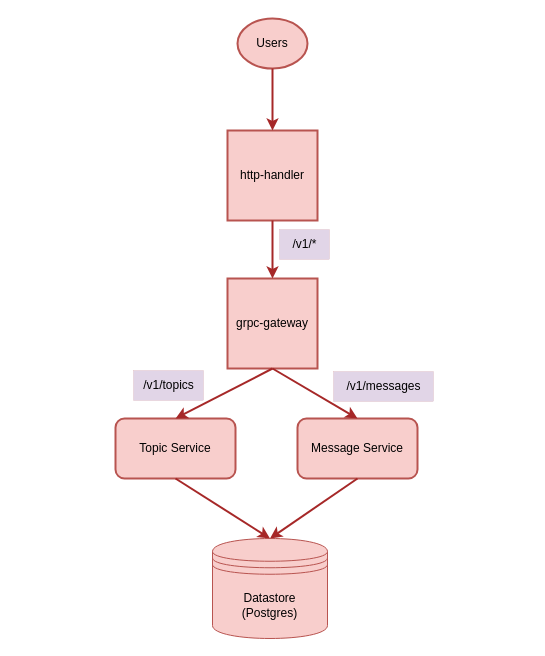
Above: public/static/images/Untitled Diagram.drawio in panyam/blog (draw.io), before the change. Source tidied: cells renumbered, new cells numbered last; positions are measured from the earlier drawing's top-left corner, leaving out a move shared by most shapes. Both pictures are drawn from the tidied source at 100%, with x=0, y=0 at pixel (115, 18).
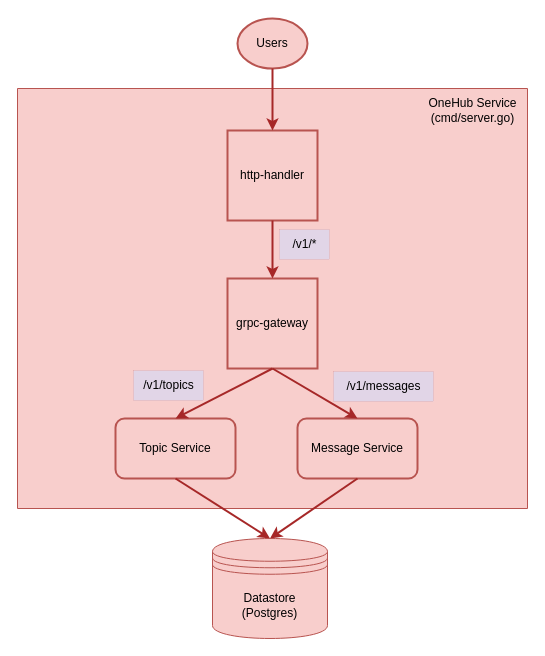
After the change.

What changed in the source:
```diff
@@
 <mxGraphModel>
   <root>
     <mxCell id="0" />
     <mxCell id="1" parent="0" />
+    <mxCell id="17" style="verticalLabelPosition=bottom;verticalAlign=top;html=1;shape=mxgraph.basic.rect;fillColor2=none;strokeWidth=1;size=20;indent=5;fillColor=#f8cecc;strokeColor=#b85450;" parent="1" vertex="1">
+      <mxGeometry x="-98" y="70" width="510" height="420" as="geometry" />
+    </mxCell>
     <mxCell id="2" value="http-handler" style="whiteSpace=wrap;html=1;fillColor=#f8cecc;strokeColor=#b85450;strokeWidth=2;" parent="1" vertex="1">
       <mxGeometry x="112" y="112" width="90" height="90" as="geometry" />
     </mxCell>
     <mxCell id="3" value="Users" style="ellipse;whiteSpace=wrap;html=1;strokeWidth=2;fillColor=#f8cecc;strokeColor=#b85450;" parent="1" vertex="1">
       <mxGeometry x="122" width="70" height="50" as="geometry" />
     </mxCell>
     <mxCell id="4" value="grpc-gateway" style="whiteSpace=wrap;html=1;fillColor=#f8cecc;strokeColor=#b85450;strokeWidth=2;" parent="1" vertex="1">
       <mxGeometry x="112" y="260" width="90" height="90" as="geometry" />
     </mxCell>
     <mxCell id="5" style="endArrow=classic;html=1;rounded=0;exitX=0.5;exitY=1;exitDx=0;exitDy=0;entryX=0.5;entryY=0;entryDx=0;entryDy=0;strokeColor=#A62828;strokeWidth=2;fillColor=#e1d5e7;" parent="1" edge="1" source="2" target="4">
       <mxGeometry relative="1" as="geometry" />
     </mxCell>
     <mxCell id="6" value="Topic Service" style="rounded=1;whiteSpace=wrap;html=1;fillColor=#f8cecc;strokeColor=#b85450;strokeWidth=2;" parent="1" vertex="1">
       <mxGeometry y="400" width="120" height="60" as="geometry" />
     </mxCell>
     <mxCell id="7" value="Message Service" style="rounded=1;whiteSpace=wrap;html=1;fillColor=#f8cecc;strokeColor=#b85450;strokeWidth=2;" parent="1" vertex="1">
       <mxGeometry x="182" y="400" width="120" height="60" as="geometry" />
     </mxCell>
     <mxCell id="8" style="endArrow=classic;html=1;rounded=0;exitX=0.5;exitY=1;exitDx=0;exitDy=0;entryX=0.5;entryY=0;entryDx=0;entryDy=0;strokeColor=#A62828;strokeWidth=2;fillColor=#e1d5e7;" parent="1" edge="1" source="4" target="6">
       <mxGeometry relative="1" as="geometry" />
     </mxCell>
     <mxCell id="9" style="endArrow=classic;html=1;rounded=0;exitX=0.5;exitY=1;exitDx=0;exitDy=0;entryX=0.5;entryY=0;entryDx=0;entryDy=0;strokeColor=#A62828;strokeWidth=2;fillColor=#e1d5e7;" parent="1" edge="1" source="4" target="7">
       <mxGeometry relative="1" as="geometry" />
     </mxCell>
     <mxCell id="10" style="endArrow=classic;html=1;rounded=0;exitX=0.5;exitY=1;exitDx=0;exitDy=0;strokeColor=#A62828;strokeWidth=2;fillColor=#e1d5e7;entryX=0.5;entryY=0;entryDx=0;entryDy=0;" parent="1" edge="1" source="7" target="16">
       <mxGeometry relative="1" as="geometry" />
     </mxCell>
     <mxCell id="11" style="endArrow=classic;html=1;rounded=0;exitX=0.5;exitY=1;exitDx=0;exitDy=0;strokeColor=#A62828;strokeWidth=2;fillColor=#e1d5e7;entryX=0.5;entryY=0;entryDx=0;entryDy=0;" parent="1" edge="1" source="6" target="16">
       <mxGeometry relative="1" as="geometry" />
     </mxCell>
     <mxCell id="12" value="/v1/topics" style="text;html=1;align=center;verticalAlign=middle;strokeColor=#A62828;fillColor=#e1d5e7;strokeWidth=0;" parent="1" vertex="1">
       <mxGeometry x="18" y="352" width="70" height="30" as="geometry" />
     </mxCell>
     <mxCell id="13" value="/v1/messages" style="text;html=1;align=center;verticalAlign=middle;strokeColor=#A62828;fillColor=#e1d5e7;strokeWidth=0;" parent="1" vertex="1">
       <mxGeometry x="218" y="353" width="100" height="30" as="geometry" />
     </mxCell>
     <mxCell id="14" value="/v1/*" style="text;html=1;align=center;verticalAlign=middle;strokeColor=#A62828;fillColor=#e1d5e7;strokeWidth=0;" parent="1" vertex="1">
       <mxGeometry x="164" y="211" width="50" height="30" as="geometry" />
     </mxCell>
     <mxCell id="15" style="endArrow=classic;html=1;rounded=0;exitX=0.5;exitY=1;exitDx=0;exitDy=0;entryX=0.5;entryY=0;entryDx=0;entryDy=0;strokeColor=#A62828;strokeWidth=2;fillColor=#e1d5e7;" parent="1" edge="1" source="3" target="2">
       <mxGeometry relative="1" as="geometry" />
     </mxCell>
     <mxCell id="16" value="Datastore&lt;br&gt;(Postgres)" style="shape=datastore;whiteSpace=wrap;html=1;fillColor=#f8cecc;strokeColor=#b85450;" parent="1" vertex="1">
       <mxGeometry x="97" y="520" width="115" height="100" as="geometry" />
     </mxCell>
+    <mxCell id="18" value="OneHub Service&lt;br&gt;(cmd/server.go)" style="text;html=1;align=center;verticalAlign=middle;strokeColor=none;fillColor=none;" parent="1" vertex="1">
+      <mxGeometry x="302" y="72" width="110" height="40" as="geometry" />
+    </mxCell>
   </root>
 </mxGraphModel>
```
